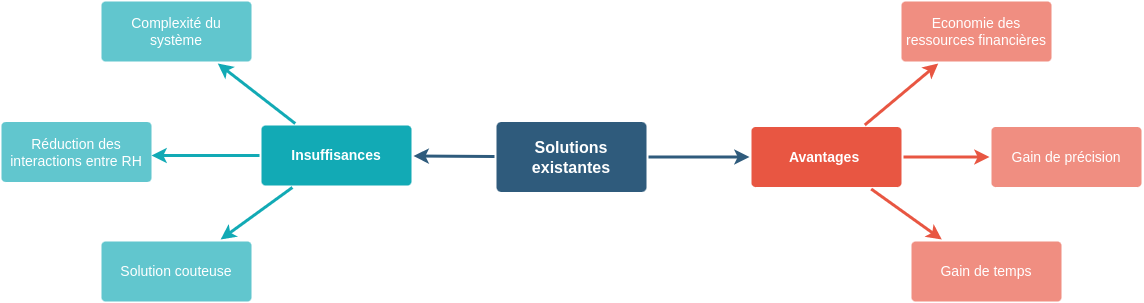
Earlier version of the draw.io export resources/diagrams/comparison.drawio.png (Pericles001/oprs_payroll_system). Source tidied: cells renumbered, new cells last; positions are measured from the earlier drawing's top-left corner, leaving out a move shared by most shapes.
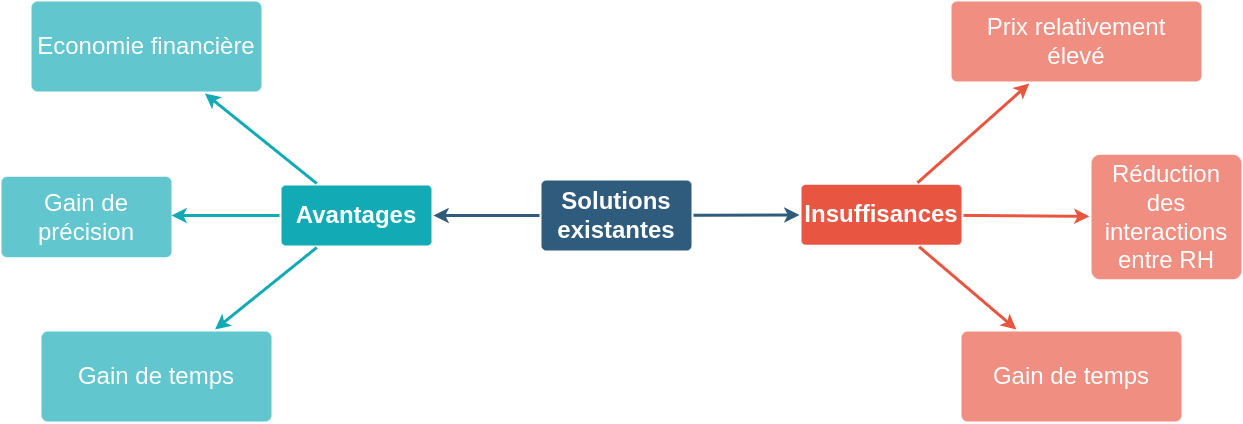
The same file after the commit.

Diff of the diagram source:
```diff
@@ -8,8 +8,8 @@
     <mxCell id="3" style="edgeStyle=none;rounded=0;jumpStyle=none;html=1;shadow=0;labelBackgroundColor=none;startArrow=none;startFill=0;endArrow=classic;endFill=1;jettySize=auto;strokeColor=#2F5B7C;strokeWidth=3;fontFamily=Helvetica;fontSize=16;fontColor=#23445D;spacing=5;" parent="1" edge="1" source="4" target="8">
       <mxGeometry relative="1" as="geometry" />
     </mxCell>
-    <mxCell id="4" value="Solutions existantes" style="rounded=1;whiteSpace=wrap;html=1;shadow=0;labelBackgroundColor=none;strokeColor=none;strokeWidth=3;fillColor=#2F5B7C;fontFamily=Helvetica;fontSize=16;fontColor=#FFFFFF;align=center;fontStyle=1;spacing=5;arcSize=7;perimeterSpacing=2;" parent="1" vertex="1">
-      <mxGeometry x="495" y="120.5" width="150" height="70" as="geometry" />
+    <mxCell id="4" value="&lt;font style=&quot;font-size: 24px&quot;&gt;Solutions existantes&lt;/font&gt;" style="rounded=1;whiteSpace=wrap;html=1;shadow=0;labelBackgroundColor=none;strokeColor=none;strokeWidth=3;fillColor=#2F5B7C;fontFamily=Helvetica;fontSize=16;fontColor=#FFFFFF;align=center;fontStyle=1;spacing=5;arcSize=7;perimeterSpacing=2;" parent="1" vertex="1">
+      <mxGeometry x="360" y="119" width="150" height="70" as="geometry" />
     </mxCell>
     <mxCell id="5" style="edgeStyle=none;rounded=1;jumpStyle=none;html=1;shadow=0;labelBackgroundColor=none;startArrow=none;startFill=0;jettySize=auto;strokeColor=#E85642;strokeWidth=3;fontFamily=Helvetica;fontSize=14;fontColor=#FFFFFF;spacing=5;fontStyle=1;fillColor=#b0e3e6;" parent="1" edge="1" source="8" target="11">
       <mxGeometry relative="1" as="geometry" />
@@ -20,39 +20,39 @@
     <mxCell id="7" style="edgeStyle=none;rounded=1;jumpStyle=none;html=1;shadow=0;labelBackgroundColor=none;startArrow=none;startFill=0;jettySize=auto;strokeColor=#E85642;strokeWidth=3;fontFamily=Helvetica;fontSize=14;fontColor=#FFFFFF;spacing=5;fontStyle=1;fillColor=#b0e3e6;" parent="1" edge="1" source="8" target="9">
       <mxGeometry relative="1" as="geometry" />
     </mxCell>
-    <mxCell id="8" value="Avantages&amp;nbsp;" style="rounded=1;whiteSpace=wrap;html=1;shadow=0;labelBackgroundColor=none;strokeColor=none;strokeWidth=3;fillColor=#e85642;fontFamily=Helvetica;fontSize=14;fontColor=#FFFFFF;align=center;spacing=5;fontStyle=1;arcSize=7;perimeterSpacing=2;" parent="1" vertex="1">
-      <mxGeometry x="750" y="125.5" width="150" height="60" as="geometry" />
+    <mxCell id="8" value="&lt;font style=&quot;font-size: 24px&quot;&gt;Insuffisances&lt;/font&gt;" style="rounded=1;whiteSpace=wrap;html=1;shadow=0;labelBackgroundColor=none;strokeColor=none;strokeWidth=3;fillColor=#e85642;fontFamily=Helvetica;fontSize=14;fontColor=#FFFFFF;align=center;spacing=5;fontStyle=1;arcSize=7;perimeterSpacing=2;" parent="1" vertex="1">
+      <mxGeometry x="620" y="123.2" width="160" height="60" as="geometry" />
     </mxCell>
-    <mxCell id="9" value="Economie des ressources financières" style="rounded=1;whiteSpace=wrap;html=1;shadow=0;labelBackgroundColor=none;strokeColor=none;strokeWidth=3;fillColor=#f08e81;fontFamily=Helvetica;fontSize=14;fontColor=#FFFFFF;align=center;spacing=5;fontStyle=0;arcSize=7;perimeterSpacing=2;" parent="1" vertex="1">
-      <mxGeometry x="900" width="150" height="60" as="geometry" />
+    <mxCell id="9" value="&lt;span style=&quot;font-size: 24px&quot;&gt;Prix relativement élevé&lt;/span&gt;" style="rounded=1;whiteSpace=wrap;html=1;shadow=0;labelBackgroundColor=none;strokeColor=none;strokeWidth=3;fillColor=#f08e81;fontFamily=Helvetica;fontSize=14;fontColor=#FFFFFF;align=center;spacing=5;fontStyle=0;arcSize=7;perimeterSpacing=2;" parent="1" vertex="1">
+      <mxGeometry x="770" y="-60" width="250" height="80" as="geometry" />
     </mxCell>
-    <mxCell id="10" value="Gain de précision" style="rounded=1;whiteSpace=wrap;html=1;shadow=0;labelBackgroundColor=none;strokeColor=none;strokeWidth=3;fillColor=#f08e81;fontFamily=Helvetica;fontSize=14;fontColor=#FFFFFF;align=center;spacing=5;fontStyle=0;arcSize=7;perimeterSpacing=2;" parent="1" vertex="1">
-      <mxGeometry x="990" y="125.5" width="150" height="60" as="geometry" />
+    <mxCell id="10" value="&lt;font style=&quot;font-size: 24px&quot;&gt;Réduction des interactions entre RH&lt;/font&gt;" style="rounded=1;whiteSpace=wrap;html=1;shadow=0;labelBackgroundColor=none;strokeColor=none;strokeWidth=3;fillColor=#f08e81;fontFamily=Helvetica;fontSize=14;fontColor=#FFFFFF;align=center;spacing=5;fontStyle=0;arcSize=7;perimeterSpacing=2;" parent="1" vertex="1">
+      <mxGeometry x="910" y="93.2" width="150" height="124.5" as="geometry" />
     </mxCell>
-    <mxCell id="11" value="Gain de temps" style="rounded=1;whiteSpace=wrap;html=1;shadow=0;labelBackgroundColor=none;strokeColor=none;strokeWidth=3;fillColor=#f08e81;fontFamily=Helvetica;fontSize=14;fontColor=#FFFFFF;align=center;spacing=5;fontStyle=0;arcSize=7;perimeterSpacing=2;" parent="1" vertex="1">
-      <mxGeometry x="910" y="240" width="150" height="60" as="geometry" />
+    <mxCell id="11" value="&lt;font style=&quot;font-size: 24px&quot;&gt;Gain de temps&lt;/font&gt;" style="rounded=1;whiteSpace=wrap;html=1;shadow=0;labelBackgroundColor=none;strokeColor=none;strokeWidth=3;fillColor=#f08e81;fontFamily=Helvetica;fontSize=14;fontColor=#FFFFFF;align=center;spacing=5;fontStyle=0;arcSize=7;perimeterSpacing=2;" parent="1" vertex="1">
+      <mxGeometry x="780" y="270" width="220" height="90" as="geometry" />
     </mxCell>
-    <mxCell id="12" value="Insuffisances" style="rounded=1;whiteSpace=wrap;html=1;shadow=0;labelBackgroundColor=none;strokeColor=none;strokeWidth=3;fillColor=#12aab5;fontFamily=Helvetica;fontSize=14;fontColor=#FFFFFF;align=center;spacing=5;fontStyle=1;arcSize=7;perimeterSpacing=2;" parent="1" vertex="1">
-      <mxGeometry x="260" y="124" width="150" height="60" as="geometry" />
+    <mxCell id="12" value="&lt;font style=&quot;font-size: 24px&quot;&gt;Avantages&lt;/font&gt;" style="rounded=1;whiteSpace=wrap;html=1;shadow=0;labelBackgroundColor=none;strokeColor=none;strokeWidth=3;fillColor=#12aab5;fontFamily=Helvetica;fontSize=14;fontColor=#FFFFFF;align=center;spacing=5;fontStyle=1;arcSize=7;perimeterSpacing=2;" parent="1" vertex="1">
+      <mxGeometry x="100" y="124" width="150" height="60" as="geometry" />
     </mxCell>
-    <mxCell id="13" value="Complexité du système" style="rounded=1;whiteSpace=wrap;html=1;shadow=0;labelBackgroundColor=none;strokeColor=none;strokeWidth=3;fillColor=#61c6ce;fontFamily=Helvetica;fontSize=14;fontColor=#FFFFFF;align=center;spacing=5;fontStyle=0;arcSize=7;perimeterSpacing=2;" parent="1" vertex="1">
-      <mxGeometry x="100" width="150" height="60" as="geometry" />
+    <mxCell id="13" value="&lt;font style=&quot;font-size: 24px&quot;&gt;Economie financière&lt;/font&gt;" style="rounded=1;whiteSpace=wrap;html=1;shadow=0;labelBackgroundColor=none;strokeColor=none;strokeWidth=3;fillColor=#61c6ce;fontFamily=Helvetica;fontSize=14;fontColor=#FFFFFF;align=center;spacing=5;fontStyle=0;arcSize=7;perimeterSpacing=2;" parent="1" vertex="1">
+      <mxGeometry x="-150" y="-60" width="230" height="90" as="geometry" />
     </mxCell>
     <mxCell id="14" style="edgeStyle=none;rounded=1;jumpStyle=none;html=1;shadow=0;labelBackgroundColor=none;startArrow=none;startFill=0;jettySize=auto;strokeColor=#12AAB5;strokeWidth=3;fontFamily=Helvetica;fontSize=14;fontColor=#FFFFFF;spacing=5;fontStyle=1;fillColor=#b0e3e6;" parent="1" edge="1" source="12" target="13">
       <mxGeometry relative="1" as="geometry" />
     </mxCell>
-    <mxCell id="15" value="Réduction des interactions entre RH" style="rounded=1;whiteSpace=wrap;html=1;shadow=0;labelBackgroundColor=none;strokeColor=none;strokeWidth=3;fillColor=#61c6ce;fontFamily=Helvetica;fontSize=14;fontColor=#FFFFFF;align=center;spacing=5;fontStyle=0;arcSize=7;perimeterSpacing=2;" parent="1" vertex="1">
-      <mxGeometry y="120.5" width="150" height="60" as="geometry" />
+    <mxCell id="15" value="&lt;font style=&quot;font-size: 24px&quot;&gt;Gain de précision&lt;/font&gt;" style="rounded=1;whiteSpace=wrap;html=1;shadow=0;labelBackgroundColor=none;strokeColor=none;strokeWidth=3;fillColor=#61c6ce;fontFamily=Helvetica;fontSize=14;fontColor=#FFFFFF;align=center;spacing=5;fontStyle=0;arcSize=7;perimeterSpacing=2;" parent="1" vertex="1">
+      <mxGeometry x="-180" y="115.2" width="170" height="80.5" as="geometry" />
     </mxCell>
     <mxCell id="16" style="edgeStyle=none;rounded=1;jumpStyle=none;html=1;shadow=0;labelBackgroundColor=none;startArrow=none;startFill=0;jettySize=auto;strokeColor=#12AAB5;strokeWidth=3;fontFamily=Helvetica;fontSize=14;fontColor=#FFFFFF;spacing=5;fontStyle=1;fillColor=#b0e3e6;" parent="1" edge="1" source="12">
       <mxGeometry relative="1" as="geometry">
-        <mxPoint x="150" y="154" as="targetPoint" />
+        <mxPoint x="-10" y="154" as="targetPoint" />
       </mxGeometry>
     </mxCell>
-    <mxCell id="17" value="Solution couteuse" style="rounded=1;whiteSpace=wrap;html=1;shadow=0;labelBackgroundColor=none;strokeColor=none;strokeWidth=3;fillColor=#61c6ce;fontFamily=Helvetica;fontSize=14;fontColor=#FFFFFF;align=center;spacing=5;fontStyle=0;arcSize=7;perimeterSpacing=2;" parent="1" vertex="1">
-      <mxGeometry x="100" y="240" width="150" height="60" as="geometry" />
+    <mxCell id="17" value="&lt;font style=&quot;font-size: 24px&quot;&gt;Gain de temps&lt;/font&gt;" style="rounded=1;whiteSpace=wrap;html=1;shadow=0;labelBackgroundColor=none;strokeColor=none;strokeWidth=3;fillColor=#61c6ce;fontFamily=Helvetica;fontSize=14;fontColor=#FFFFFF;align=center;spacing=5;fontStyle=0;arcSize=7;perimeterSpacing=2;" parent="1" vertex="1">
+      <mxGeometry x="-140" y="270" width="230" height="90" as="geometry" />
     </mxCell>
-    <mxCell id="18" style="edgeStyle=none;rounded=1;jumpStyle=none;html=1;shadow=0;labelBackgroundColor=none;startArrow=none;startFill=0;jettySize=auto;strokeColor=#12AAB5;strokeWidth=3;fontFamily=Helvetica;fontSize=14;fontColor=#FFFFFF;spacing=5;fontStyle=1;fillColor=#b0e3e6;" parent="1" edge="1" source="12" target="17">
+    <mxCell id="18" style="edgeStyle=none;rounded=1;jumpStyle=none;html=1;shadow=0;labelBackgroundColor=none;startArrow=none;startFill=0;jettySize=auto;strokeColor=#12AAB5;strokeWidth=3;fontFamily=Helvetica;fontSize=14;fontColor=#FFFFFF;spacing=5;fontStyle=1;fillColor=#b0e3e6;entryX=0.75;entryY=0;entryDx=0;entryDy=0;" parent="1" edge="1" source="12" target="17">
       <mxGeometry relative="1" as="geometry" />
     </mxCell>
   </root>
```
